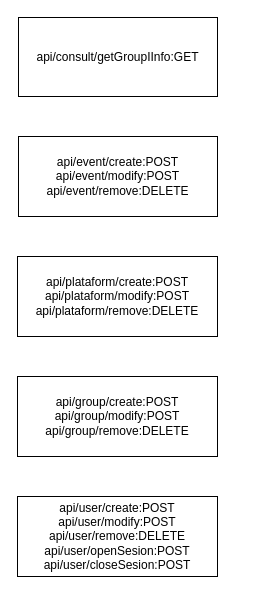
rjnogales/crm.mio keeps this draw.io diagram as page "API" (5 of 6) of drawings/esquemasBasicos.drawio. Above is the earlier version. Source tidied: cells renumbered, new cells numbered last; positions are measured from the earlier drawing's top-left corner, leaving out a move shared by most shapes. Both pictures are drawn from the tidied source at 100%, with x=0, y=0 at pixel (17, 17).
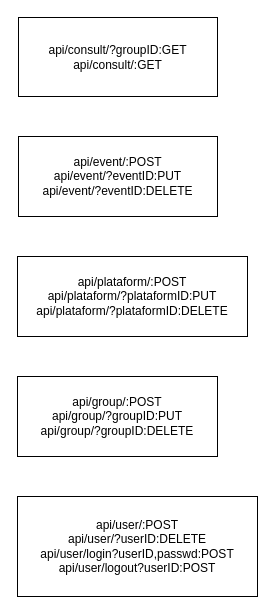
Above is the later version.

What changed in the source:
```diff
@@
 <mxGraphModel>
   <root>
     <mxCell id="0" />
     <mxCell id="1" parent="0" />
-    <mxCell id="2" value="api/consult/getGroupIInfo:GET" style="rounded=0;whiteSpace=wrap;html=1;" parent="1" vertex="1">
+    <mxCell id="2" value="api/consult/?groupID:GET&lt;br&gt;api/consult/:GET" style="rounded=0;whiteSpace=wrap;html=1;" parent="1" vertex="1">
       <mxGeometry x="1" width="199" height="79" as="geometry" />
     </mxCell>
-    <mxCell id="3" value="api/plataform/create:POST&lt;br&gt;api/plataform/modify:POST&lt;br&gt;api/plataform/remove:DELETE" style="rounded=0;whiteSpace=wrap;html=1;" parent="1" vertex="1">
-      <mxGeometry y="239" width="200" height="80" as="geometry" />
+    <mxCell id="3" value="api/plataform/:POST&lt;br&gt;api/plataform/?plataformID:PUT&lt;br&gt;api/plataform/?plataformID:DELETE" style="rounded=0;whiteSpace=wrap;html=1;" parent="1" vertex="1">
+      <mxGeometry y="239" width="230" height="80" as="geometry" />
     </mxCell>
-    <mxCell id="4" value="api/event/create:POST&lt;br&gt;api/event/modify:POST&lt;br&gt;api/event/remove:DELETE" style="rounded=0;whiteSpace=wrap;html=1;" parent="1" vertex="1">
+    <mxCell id="4" value="api/event/:POST&lt;br&gt;api/event/?eventID:PUT&lt;br&gt;api/event/?eventID:DELETE" style="rounded=0;whiteSpace=wrap;html=1;" parent="1" vertex="1">
       <mxGeometry x="1" y="119" width="199" height="80" as="geometry" />
     </mxCell>
-    <mxCell id="5" value="api/group/create:POST&lt;br&gt;api/group/modify:POST&lt;br&gt;api/group/remove:DELETE" style="rounded=0;whiteSpace=wrap;html=1;" parent="1" vertex="1">
+    <mxCell id="5" value="api/group/:POST&lt;br&gt;api/group/?groupID:PUT&lt;br&gt;api/group/?groupID:DELETE" style="rounded=0;whiteSpace=wrap;html=1;" parent="1" vertex="1">
       <mxGeometry y="359" width="200" height="80" as="geometry" />
     </mxCell>
-    <mxCell id="6" value="api/user/create:POST&lt;br&gt;api/user/modify:POST&lt;br&gt;api/user/remove:DELETE&lt;br&gt;api/user/openSesion:POST&lt;br&gt;api/user/closeSesion:POST" style="rounded=0;whiteSpace=wrap;html=1;" parent="1" vertex="1">
-      <mxGeometry y="479" width="200" height="80" as="geometry" />
+    <mxCell id="6" value="api/user/:POST&lt;br&gt;api/user/?userID:DELETE&lt;br&gt;api/user/login?userID,passwd:POST&lt;br&gt;api/user/logout?userID:POST" style="rounded=0;whiteSpace=wrap;html=1;" parent="1" vertex="1">
+      <mxGeometry y="479" width="240" height="100" as="geometry" />
     </mxCell>
   </root>
 </mxGraphModel>
```
